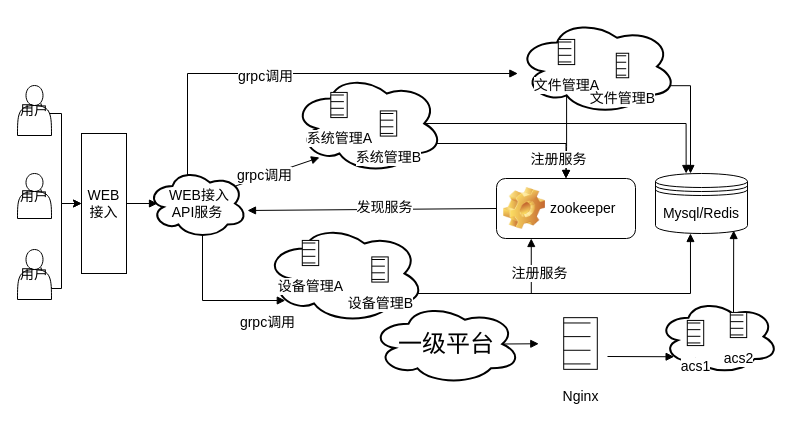
Above: framework.drawio in waterwatermelon/graph (draw.io), before the change. Source tidied: cells renumbered, new cells numbered last; positions are measured from the earlier drawing's top-left corner, leaving out a move shared by most shapes. Both pictures are drawn from the tidied source at 100%, with x=0, y=0 at pixel (17, 18).
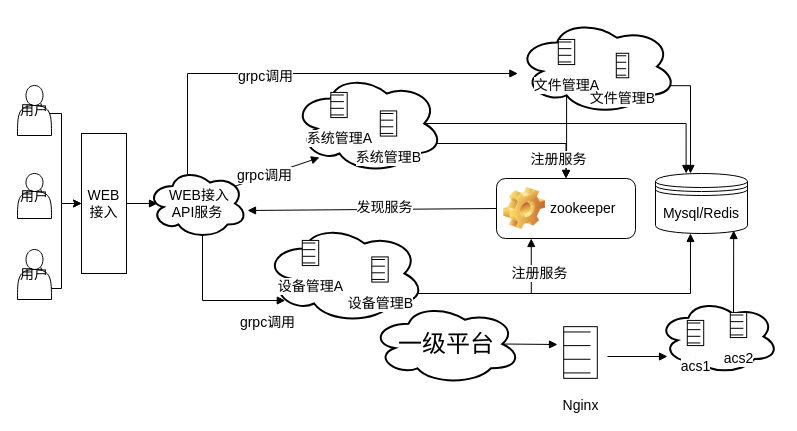
The same diagram, later.

The change refers to these unchanged cells:
```xml
<mxCell id="24" value="&lt;font style=&quot;font-size: 24px&quot;&gt;一级平台&lt;/font&gt;" style="ellipse;shape=cloud;strokeWidth=2;fontSize=14;whiteSpace=wrap;html=1;align=center;" parent="1" vertex="1">
  <mxGeometry x="353.5" y="285" width="150" height="81" as="geometry" />
</mxCell>
<mxCell id="40" style="ellipse;shape=cloud;strokeWidth=2;fontSize=14;whiteSpace=wrap;html=1;align=center;" parent="1" vertex="1">
  <mxGeometry x="641" y="280.5" width="120" height="75" as="geometry" />
</mxCell>
```

What changed in the source:
```diff
@@
-    <mxCell id="23" style="edgeStyle=none;rounded=0;comic=0;jettySize=auto;html=1;exitX=0.875;exitY=0.5;exitDx=0;exitDy=0;exitPerimeter=0;shadow=0;startArrow=none;startFill=0;endArrow=block;endFill=1;strokeColor=#000000;strokeWidth=1;fontSize=14;" parent="1" edge="1" source="24" target="44">
-      <mxGeometry relative="1" as="geometry" />
+    <mxCell id="23" style="edgeStyle=none;rounded=0;comic=0;jettySize=auto;html=1;exitX=0.875;exitY=0.5;exitDx=0;exitDy=0;exitPerimeter=0;shadow=0;startArrow=none;startFill=0;endArrow=block;endFill=1;strokeColor=#000000;strokeWidth=1;fontSize=14;" parent="1" edge="1" source="24">
+      <mxGeometry relative="1" as="geometry">
+        <mxPoint x="540" y="326" as="targetPoint" />
+      </mxGeometry>
     </mxCell>
@@
-    <mxCell id="43" style="rounded=0;comic=0;jettySize=auto;html=1;entryX=0.13;entryY=0.77;entryDx=0;entryDy=0;entryPerimeter=0;shadow=0;startArrow=none;startFill=0;endArrow=block;endFill=1;strokeColor=#000000;strokeWidth=1;fontSize=14;" parent="1" edge="1" target="40">
+    <mxCell id="43" style="rounded=0;comic=0;orthogonalLoop=1;jettySize=auto;html=1;shadow=0;startArrow=none;startFill=0;endArrow=block;endFill=1;strokeColor=#000000;strokeWidth=1;fontSize=14;" parent="1" edge="1">
       <mxGeometry relative="1" as="geometry">
         <mxPoint x="590" y="338" as="sourcePoint" />
+        <mxPoint x="650" y="338" as="targetPoint" />
       </mxGeometry>
     </mxCell>
     <mxCell id="44" value="&lt;font style=&quot;font-size: 14px&quot;&gt;Nginx&lt;/font&gt;" style="shape=mxgraph.bpmn.shape;html=1;verticalLabelPosition=bottom;labelBackgroundColor=#ffffff;verticalAlign=top;align=center;perimeter=rhombusPerimeter;outlineConnect=0;symbol=conditional;strokeColor=#000000;strokeWidth=1;fillColor=#FFFFFF;fontSize=14;" parent="1" vertex="1">
-      <mxGeometry x="521" y="287" width="84" height="76" as="geometry" />
+      <mxGeometry x="521" y="296" width="84" height="76" as="geometry" />
     </mxCell>
```
